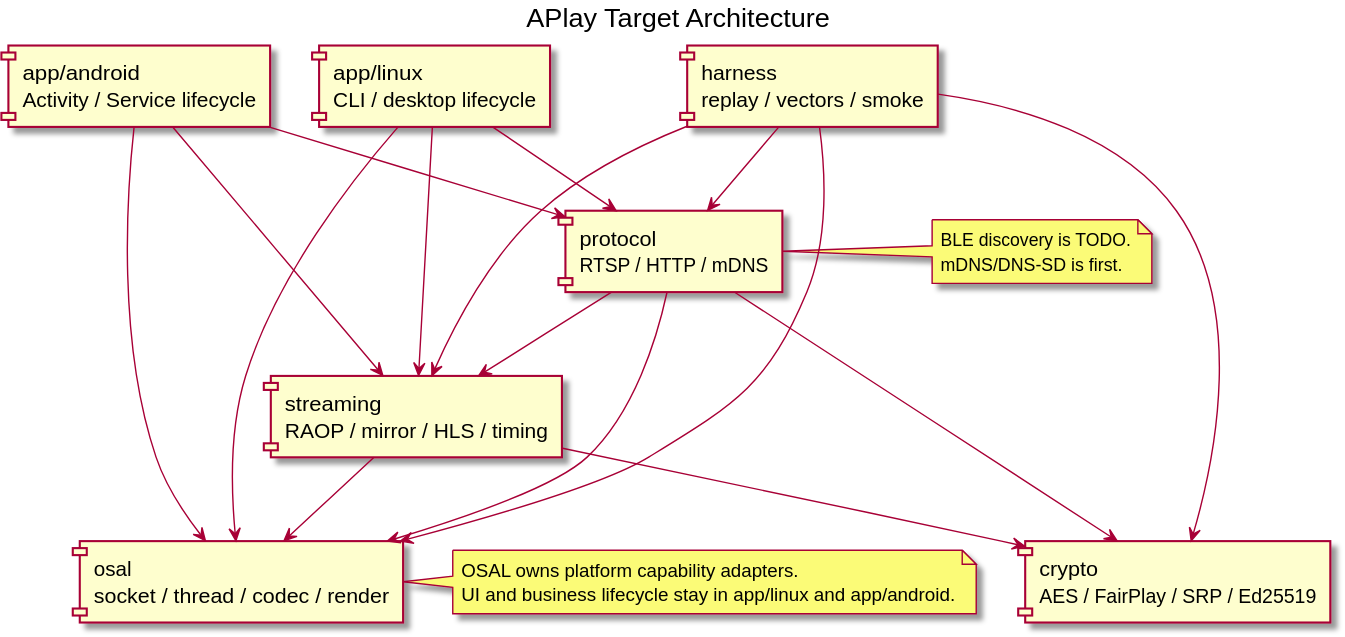
This is docs/diagrams/architecture.svg from kgbook/APlay, a PlantUML export, as it was before one commit.
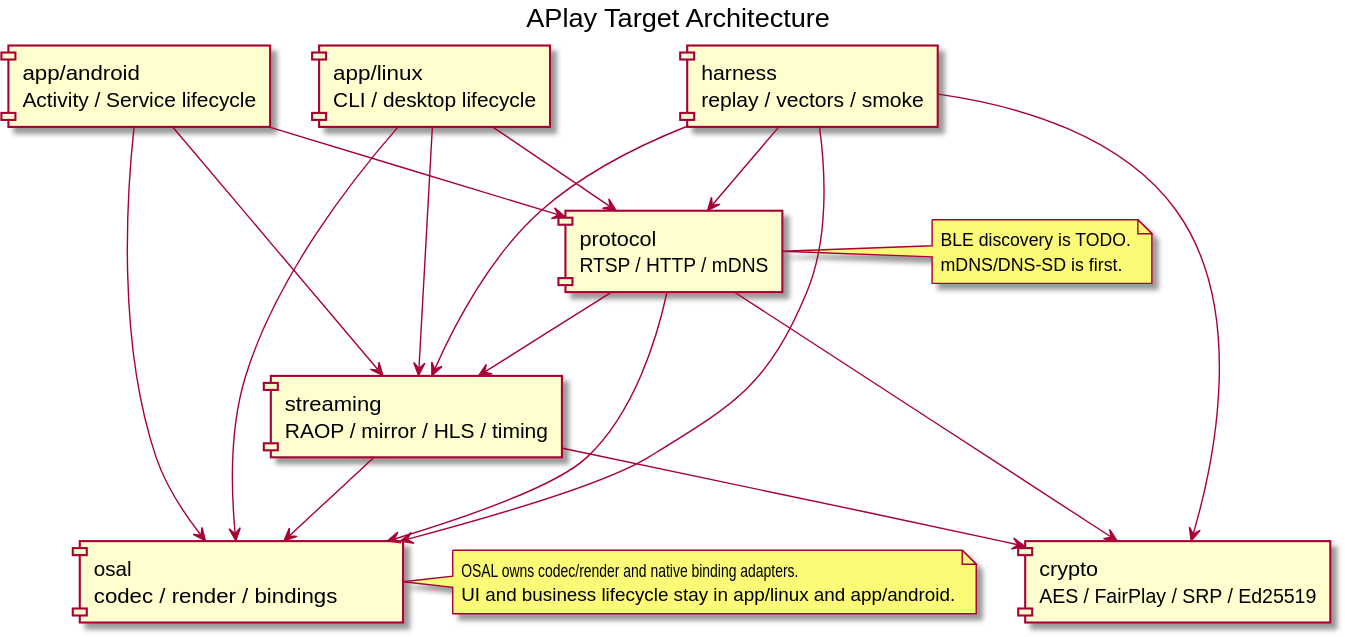
The same diagram one commit later.

Diff of the diagram source:
```diff
@@ -8,7 +8,7 @@
 component "protocol\nRTSP / HTTP / mDNS" as Protocol
 component "streaming\nRAOP / mirror / HLS / timing" as Streaming
 component "crypto\nAES / FairPlay / SRP / Ed25519" as Crypto
-component "osal\nsocket / thread / codec / render" as Osal
+component "osal\ncodec / render / bindings" as Osal
 component "harness\nreplay / vectors / smoke" as Harness
 
 LinuxApp --> Protocol
@@ -33,7 +33,7 @@
 end note
 
 note right of Osal
-OSAL owns platform capability adapters.
+OSAL owns codec/render and native binding adapters.
 UI and business lifecycle stay in app/linux and app/android.
 end note
 
```
